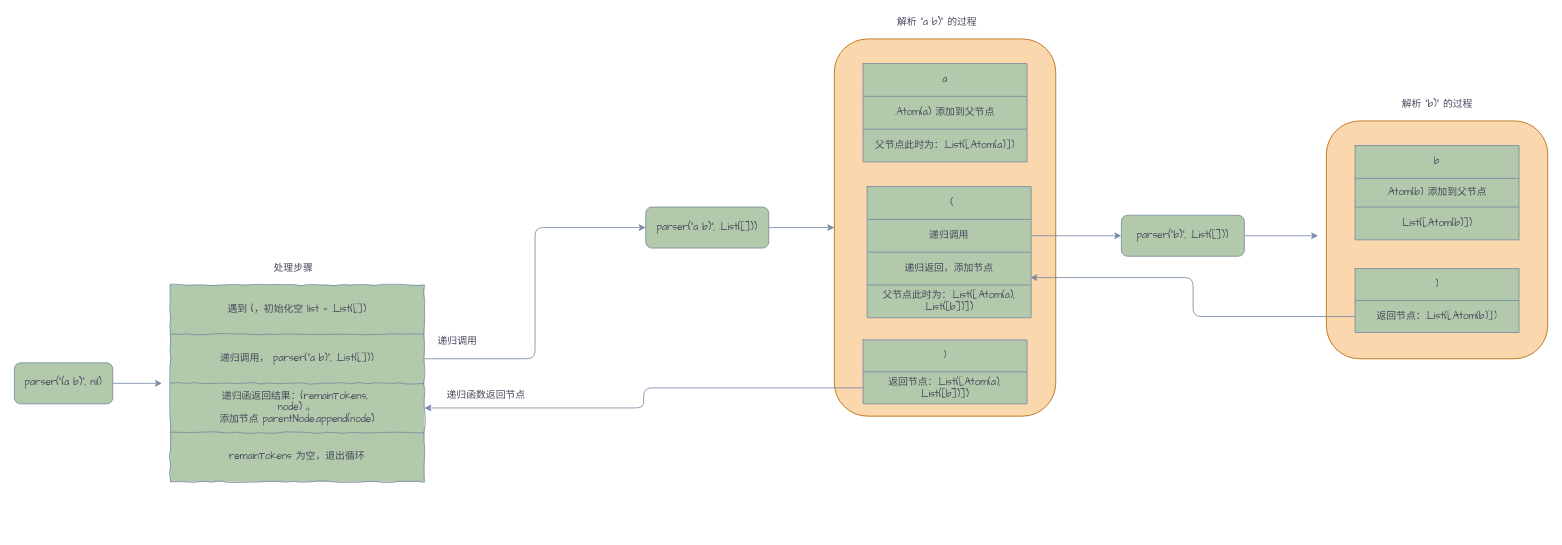
silan-liu/drawio keeps this draw.io diagram as page "parser-example" (2 of 3) of Untitled Diagram.drawio. Above is the earlier version. Source tidied: cells renumbered, new cells numbered last; positions are measured from the earlier drawing's top-left corner, leaving out a move shared by most shapes. Both pictures are drawn from the tidied source at 82%, with x=0, y=0 at pixel (14, 14).
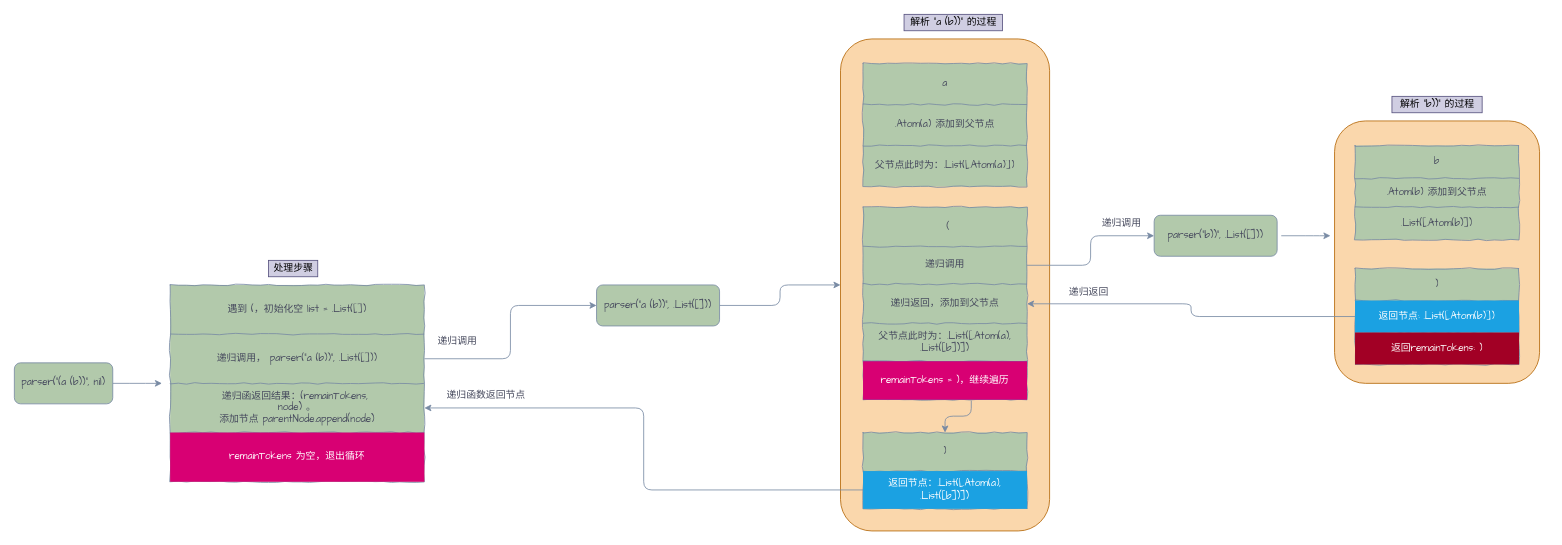
After the change.

Unchanged cells that the change refers to:
```xml
<mxCell id="9" style="shape=partialRectangle;html=1;whiteSpace=wrap;fillColor=none;top=0;left=0;bottom=0;right=0;points=[[0,0.5],[1,0.5]];portConstraint=eastwest;strokeColor=#788AA3;fontColor=#46495D;fontFamily=Comic Sans MS;" parent="6" vertex="1">
  <mxGeometry y="60" width="310" height="60" as="geometry" />
</mxCell>
<mxCell id="13" style="shape=partialRectangle;html=1;whiteSpace=wrap;fillColor=none;top=0;left=0;bottom=0;right=0;strokeColor=#788AA3;fontColor=#46495D;fontFamily=Comic Sans MS;" parent="6" vertex="1">
  <mxGeometry y="180" width="310" height="60" as="geometry" />
</mxCell>
<mxCell id="57" style="shape=partialRectangle;html=1;whiteSpace=wrap;fillColor=none;top=0;left=0;bottom=0;right=0;points=[[0,0.5],[1,0.5]];portConstraint=eastwest;strokeColor=#788AA3;fontColor=#46495D;fontFamily=Comic Sans MS;" parent="54" vertex="1">
  <mxGeometry y="39" width="200" height="39" as="geometry" />
</mxCell>
```

The edit, as a diff of the source:
```diff
@@
     <mxCell id="2" style="rounded=1;whiteSpace=wrap;html=1;sketch=0;fontFamily=Comic Sans MS;fillColor=#fad7ac;strokeColor=#b46504;" parent="1" vertex="1">
-      <mxGeometry x="1600" y="130" width="270" height="290" as="geometry" />
+      <mxGeometry x="1610" y="130" width="250" height="320" as="geometry" />
     </mxCell>
     <mxCell id="3" style="rounded=1;whiteSpace=wrap;html=1;sketch=0;fontFamily=Comic Sans MS;fillColor=#fad7ac;strokeColor=#b46504;" parent="1" vertex="1">
-      <mxGeometry x="1000" y="30" width="270" height="460" as="geometry" />
+      <mxGeometry x="1007.5" y="30" width="255" height="600" as="geometry" />
     </mxCell>
@@
-    <mxCell id="5" value="parser(&quot;(a b)&quot;, nil)" style="rounded=1;whiteSpace=wrap;html=1;sketch=0;fontFamily=Comic Sans MS;fontColor=#46495D;strokeColor=#788AA3;fillColor=#B2C9AB;" parent="1" vertex="1">
+    <mxCell id="5" value="parser(&quot;(a (b))&quot;, nil)" style="rounded=1;whiteSpace=wrap;html=1;sketch=0;fontFamily=Comic Sans MS;fontColor=#46495D;strokeColor=#788AA3;fillColor=#B2C9AB;" parent="1" vertex="1">
       <mxGeometry y="425" width="120" height="50" as="geometry" />
     </mxCell>
@@
-    <mxCell id="10" value="递归调用，&amp;nbsp;parser(&quot;a b)&quot;, .List([]))" style="shape=partialRectangle;html=1;whiteSpace=wrap;overflow=hidden;fillColor=none;top=0;left=0;bottom=0;right=0;strokeColor=#788AA3;fontColor=#46495D;fontFamily=Comic Sans MS;" parent="9" vertex="1">
+    <mxCell id="10" value="递归调用，&amp;nbsp;parser(&quot;a (b))&quot;, .List([]))" style="shape=partialRectangle;html=1;whiteSpace=wrap;overflow=hidden;fillColor=none;top=0;left=0;bottom=0;right=0;strokeColor=#788AA3;fontColor=#46495D;fontFamily=Comic Sans MS;" parent="9" vertex="1">
       <mxGeometry width="310" height="60" as="geometry" />
     </mxCell>
@@
-    <mxCell id="14" value="remainTokens 为空，退出循环" style="shape=partialRectangle;html=1;whiteSpace=wrap;overflow=hidden;fillColor=none;top=0;left=0;bottom=0;right=0;strokeColor=#788AA3;fontColor=#46495D;fontFamily=Comic Sans MS;" parent="13" vertex="1">
+    <mxCell id="14" value="remainTokens 为空，退出循环" style="shape=partialRectangle;html=1;whiteSpace=wrap;overflow=hidden;fillColor=#d80073;top=0;left=0;bottom=0;right=0;strokeColor=#A50040;fontColor=#ffffff;fontFamily=Comic Sans MS;" parent="13" vertex="1">
       <mxGeometry width="310" height="60" as="geometry" />
     </mxCell>
-    <mxCell id="15" style="shape=table;html=1;whiteSpace=wrap;startSize=0;childLayout=tableLayout;fillColor=#B2C9AB;strokeColor=#788AA3;fontColor=#46495D;fontFamily=Comic Sans MS;" parent="1" vertex="1">
-      <mxGeometry x="1035" y="60" width="200" height="120" as="geometry" />
+    <mxCell id="15" style="shape=table;html=1;whiteSpace=wrap;startSize=0;childLayout=tableLayout;fillColor=#B2C9AB;strokeColor=#788AA3;fontColor=#46495D;fontFamily=Comic Sans MS;comic=1;" parent="1" vertex="1">
+      <mxGeometry x="1035" y="60" width="200" height="150" as="geometry" />
     </mxCell>
     <mxCell id="16" style="shape=partialRectangle;html=1;whiteSpace=wrap;fillColor=none;top=0;left=0;bottom=0;right=0;strokeColor=#788AA3;fontColor=#46495D;fontFamily=Comic Sans MS;" parent="15" vertex="1">
-      <mxGeometry width="200" height="40" as="geometry" />
+      <mxGeometry width="200" height="50" as="geometry" />
     </mxCell>
     <mxCell id="17" value="a" style="shape=partialRectangle;html=1;whiteSpace=wrap;overflow=hidden;fillColor=none;top=0;left=0;bottom=0;right=0;strokeColor=#788AA3;fontColor=#46495D;fontFamily=Comic Sans MS;" parent="16" vertex="1">
-      <mxGeometry width="200" height="40" as="geometry" />
+      <mxGeometry width="200" height="50" as="geometry" />
     </mxCell>
     <mxCell id="18" style="shape=partialRectangle;html=1;whiteSpace=wrap;fillColor=none;top=0;left=0;bottom=0;right=0;strokeColor=#788AA3;fontColor=#46495D;fontFamily=Comic Sans MS;" parent="15" vertex="1">
-      <mxGeometry y="40" width="200" height="40" as="geometry" />
+      <mxGeometry y="50" width="200" height="50" as="geometry" />
     </mxCell>
     <mxCell id="19" value=".Atom(a) 添加到父节点" style="shape=partialRectangle;html=1;whiteSpace=wrap;overflow=hidden;fillColor=none;top=0;left=0;bottom=0;right=0;strokeColor=#788AA3;fontColor=#46495D;fontFamily=Comic Sans MS;" parent="18" vertex="1">
-      <mxGeometry width="200" height="40" as="geometry" />
+      <mxGeometry width="200" height="50" as="geometry" />
     </mxCell>
     <mxCell id="20" style="shape=partialRectangle;html=1;whiteSpace=wrap;fillColor=none;top=0;left=0;bottom=0;right=0;strokeColor=#788AA3;fontColor=#46495D;fontFamily=Comic Sans MS;" parent="15" vertex="1">
-      <mxGeometry y="80" width="200" height="40" as="geometry" />
+      <mxGeometry y="100" width="200" height="50" as="geometry" />
     </mxCell>
     <mxCell id="21" value="父节点此时为：.List([.Atom(a)])" style="shape=partialRectangle;html=1;whiteSpace=wrap;overflow=hidden;fillColor=none;top=0;left=0;bottom=0;right=0;strokeColor=#788AA3;fontColor=#46495D;fontFamily=Comic Sans MS;" parent="20" vertex="1">
-      <mxGeometry width="200" height="40" as="geometry" />
+      <mxGeometry width="200" height="50" as="geometry" />
     </mxCell>
-    <mxCell id="22" style="shape=table;html=1;whiteSpace=wrap;startSize=0;childLayout=tableLayout;fillColor=#B2C9AB;strokeColor=#788AA3;fontColor=#46495D;fontFamily=Comic Sans MS;" parent="1" vertex="1">
+    <mxCell id="22" style="shape=table;html=1;whiteSpace=wrap;startSize=0;childLayout=tableLayout;fillColor=#B2C9AB;strokeColor=#788AA3;fontColor=#46495D;fontFamily=Comic Sans MS;comic=1;" parent="1" vertex="1">
       <mxGeometry x="1635" y="160" width="200" height="115" as="geometry" />
     </mxCell>
@@
-    <mxCell id="29" style="shape=table;html=1;whiteSpace=wrap;startSize=0;childLayout=tableLayout;fillColor=#B2C9AB;strokeColor=#788AA3;fontColor=#46495D;fontFamily=Comic Sans MS;" parent="1" vertex="1">
-      <mxGeometry x="1035" y="397" width="200" height="78" as="geometry" />
+    <mxCell id="29" style="shape=table;html=1;whiteSpace=wrap;startSize=0;childLayout=tableLayout;fillColor=#B2C9AB;strokeColor=#788AA3;fontColor=#46495D;fontFamily=Comic Sans MS;comic=1;" parent="1" vertex="1">
+      <mxGeometry x="1035" y="510" width="200" height="93" as="geometry" />
     </mxCell>
     <mxCell id="30" style="shape=partialRectangle;html=1;whiteSpace=wrap;fillColor=none;top=0;left=0;bottom=0;right=0;points=[[0,0.5],[1,0.5]];portConstraint=eastwest;strokeColor=#788AA3;fontColor=#46495D;fontFamily=Comic Sans MS;" parent="29" vertex="1">
-      <mxGeometry width="200" height="39" as="geometry" />
+      <mxGeometry width="200" height="47" as="geometry" />
     </mxCell>
     <mxCell id="31" value=")" style="shape=partialRectangle;html=1;whiteSpace=wrap;overflow=hidden;fillColor=none;top=0;left=0;bottom=0;right=0;strokeColor=#788AA3;fontColor=#46495D;fontFamily=Comic Sans MS;" parent="30" vertex="1">
-      <mxGeometry width="200" height="39" as="geometry" />
+      <mxGeometry width="200" height="47" as="geometry" />
     </mxCell>
     <mxCell id="32" style="shape=partialRectangle;html=1;whiteSpace=wrap;fillColor=none;top=0;left=0;bottom=0;right=0;points=[[0,0.5],[1,0.5]];portConstraint=eastwest;strokeColor=#788AA3;fontColor=#46495D;fontFamily=Comic Sans MS;" parent="29" vertex="1">
-      <mxGeometry y="39" width="200" height="39" as="geometry" />
+      <mxGeometry y="47" width="200" height="46" as="geometry" />
     </mxCell>
-    <mxCell id="33" value="返回节点：.List([.Atom(a), .List([b])])" style="shape=partialRectangle;html=1;whiteSpace=wrap;overflow=hidden;fillColor=none;top=0;left=0;bottom=0;right=0;strokeColor=#788AA3;fontColor=#46495D;fontFamily=Comic Sans MS;" parent="32" vertex="1">
-      <mxGeometry width="200" height="39" as="geometry" />
+    <mxCell id="33" value="返回节点：.List([.Atom(a), .List([b])])" style="shape=partialRectangle;html=1;whiteSpace=wrap;overflow=hidden;fillColor=#1ba1e2;top=0;left=0;bottom=0;right=0;strokeColor=#006EAF;fontColor=#ffffff;fontFamily=Comic Sans MS;" parent="32" vertex="1">
+      <mxGeometry width="200" height="46" as="geometry" />
     </mxCell>
@@
-    <mxCell id="35" value="parser(&quot;a b)&quot;, .List([]))" style="rounded=1;whiteSpace=wrap;html=1;sketch=0;fontFamily=Comic Sans MS;fontColor=#46495D;strokeColor=#788AA3;fillColor=#B2C9AB;" parent="1" vertex="1">
-      <mxGeometry x="770" y="235" width="150" height="50" as="geometry" />
+    <mxCell id="35" value="parser(&quot;a (b))&quot;, .List([]))" style="rounded=1;whiteSpace=wrap;html=1;sketch=0;fontFamily=Comic Sans MS;fontColor=#46495D;strokeColor=#788AA3;fillColor=#B2C9AB;" parent="1" vertex="1">
+      <mxGeometry x="710" y="330" width="150" height="50" as="geometry" />
     </mxCell>
@@
-    <mxCell id="39" value="解析 &quot;a b)&quot; 的过程" style="text;html=1;align=center;verticalAlign=middle;strokeColor=none;fontFamily=Comic Sans MS;fontColor=#46495D;" parent="1" vertex="1">
-      <mxGeometry x="1070" width="110" height="20" as="geometry" />
+    <mxCell id="39" value="解析 &quot;a (b))&quot; 的过程" style="text;html=1;align=center;verticalAlign=middle;strokeColor=#56517e;fontFamily=Comic Sans MS;fillColor=#d0cee2;" parent="1" vertex="1">
+      <mxGeometry x="1085" width="120" height="20" as="geometry" />
     </mxCell>
-    <mxCell id="40" value="处理步骤" style="text;html=1;align=center;verticalAlign=middle;strokeColor=none;fontFamily=Comic Sans MS;fontColor=#46495D;" parent="1" vertex="1">
+    <mxCell id="40" value="处理步骤" style="text;html=1;align=center;verticalAlign=middle;strokeColor=#56517e;fontFamily=Comic Sans MS;fillColor=#d0cee2;" parent="1" vertex="1">
       <mxGeometry x="310" y="300" width="60" height="20" as="geometry" />
     </mxCell>
@@
-    <mxCell id="42" style="shape=table;html=1;whiteSpace=wrap;startSize=0;childLayout=tableLayout;fillColor=#B2C9AB;strokeColor=#788AA3;fontColor=#46495D;fontFamily=Comic Sans MS;" parent="1" vertex="1">
-      <mxGeometry x="1040" y="210" width="200" height="160" as="geometry" />
+    <mxCell id="42" style="shape=table;html=1;whiteSpace=wrap;startSize=0;childLayout=tableLayout;fillColor=#B2C9AB;strokeColor=#788AA3;fontColor=#46495D;fontFamily=Comic Sans MS;comic=1;" parent="1" vertex="1">
+      <mxGeometry x="1035" y="235" width="200" height="235" as="geometry" />
     </mxCell>
     <mxCell id="43" style="shape=partialRectangle;html=1;whiteSpace=wrap;fillColor=none;top=0;left=0;bottom=0;right=0;strokeColor=#788AA3;fontColor=#46495D;fontFamily=Comic Sans MS;" parent="42" vertex="1">
-      <mxGeometry width="200" height="40" as="geometry" />
+      <mxGeometry width="200" height="48" as="geometry" />
     </mxCell>
     <mxCell id="44" value="（" style="shape=partialRectangle;html=1;whiteSpace=wrap;overflow=hidden;fillColor=none;top=0;left=0;bottom=0;right=0;strokeColor=#788AA3;fontColor=#46495D;fontFamily=Comic Sans MS;" parent="43" vertex="1">
-      <mxGeometry width="200" height="40" as="geometry" />
+      <mxGeometry width="200" height="48" as="geometry" />
     </mxCell>
     <mxCell id="45" style="shape=partialRectangle;html=1;whiteSpace=wrap;fillColor=none;top=0;left=0;bottom=0;right=0;points=[[0,0.5],[1,0.5]];portConstraint=eastwest;strokeColor=#788AA3;fontColor=#46495D;fontFamily=Comic Sans MS;" parent="42" vertex="1">
-      <mxGeometry y="40" width="200" height="40" as="geometry" />
+      <mxGeometry y="48" width="200" height="46" as="geometry" />
     </mxCell>
     <mxCell id="46" value="递归调用" style="shape=partialRectangle;html=1;whiteSpace=wrap;overflow=hidden;fillColor=none;top=0;left=0;bottom=0;right=0;strokeColor=#788AA3;fontColor=#46495D;fontFamily=Comic Sans MS;" parent="45" vertex="1">
-      <mxGeometry width="200" height="40" as="geometry" />
+      <mxGeometry width="200" height="46" as="geometry" />
     </mxCell>
     <mxCell id="47" style="shape=partialRectangle;html=1;whiteSpace=wrap;fillColor=none;top=0;left=0;bottom=0;right=0;points=[[0,0.5],[1,0.5]];portConstraint=eastwest;strokeColor=#788AA3;fontColor=#46495D;fontFamily=Comic Sans MS;" parent="42" vertex="1">
-      <mxGeometry y="80" width="200" height="40" as="geometry" />
+      <mxGeometry y="94" width="200" height="48" as="geometry" />
     </mxCell>
-    <mxCell id="48" value="递归返回，添加节点" style="shape=partialRectangle;html=1;whiteSpace=wrap;overflow=hidden;fillColor=none;top=0;left=0;bottom=0;right=0;strokeColor=#788AA3;fontColor=#46495D;fontFamily=Comic Sans MS;" parent="47" vertex="1">
-      <mxGeometry width="200" height="40" as="geometry" />
+    <mxCell id="48" value="递归返回，添加到父节点" style="shape=partialRectangle;html=1;whiteSpace=wrap;overflow=hidden;fillColor=none;top=0;left=0;bottom=0;right=0;strokeColor=#788AA3;fontColor=#46495D;fontFamily=Comic Sans MS;" parent="47" vertex="1">
+      <mxGeometry width="200" height="48" as="geometry" />
     </mxCell>
     <mxCell id="49" style="shape=partialRectangle;html=1;whiteSpace=wrap;fillColor=none;top=0;left=0;bottom=0;right=0;strokeColor=#788AA3;fontColor=#46495D;fontFamily=Comic Sans MS;" parent="42" vertex="1">
-      <mxGeometry y="120" width="200" height="40" as="geometry" />
+      <mxGeometry y="142" width="200" height="46" as="geometry" />
     </mxCell>
     <mxCell id="50" value="父节点此时为：.List([.Atom(a), .List([b])])" style="shape=partialRectangle;html=1;whiteSpace=wrap;overflow=hidden;fillColor=none;top=0;left=0;bottom=0;right=0;strokeColor=#788AA3;fontColor=#46495D;fontFamily=Comic Sans MS;" parent="49" vertex="1">
-      <mxGeometry width="200" height="40" as="geometry" />
+      <mxGeometry width="200" height="46" as="geometry" />
     </mxCell>
+    <mxCell id="61" style="shape=partialRectangle;html=1;whiteSpace=wrap;fillColor=#1ba1e2;top=0;left=0;bottom=0;right=0;points=[[0,0.5],[1,0.5]];portConstraint=eastwest;strokeColor=#006EAF;fontColor=#ffffff;fontFamily=Comic Sans MS;" parent="42" vertex="1">
+      <mxGeometry y="188" width="200" height="47" as="geometry" />
+    </mxCell>
+    <mxCell id="62" value="remainTokens = )，继续遍历" style="shape=partialRectangle;html=1;whiteSpace=wrap;overflow=hidden;fillColor=#d80073;top=0;left=0;bottom=0;right=0;strokeColor=#A50040;fontColor=#ffffff;fontFamily=Comic Sans MS;" parent="61" vertex="1">
+      <mxGeometry width="200" height="47" as="geometry" />
+    </mxCell>
@@
-    <mxCell id="52" style="edgeStyle=orthogonalEdgeStyle;curved=0;rounded=1;sketch=0;jettySize=auto;html=1;fontFamily=Comic Sans MS;fontColor=#46495D;strokeColor=#788AA3;fillColor=#B2C9AB;align=center;" parent="1" edge="1" source="53">
+    <mxCell id="52" style="edgeStyle=orthogonalEdgeStyle;curved=0;rounded=1;sketch=0;orthogonalLoop=1;jettySize=auto;html=1;fontFamily=Comic Sans MS;fontColor=#46495D;strokeColor=#788AA3;fillColor=#B2C9AB;align=center;" parent="1" edge="1">
       <mxGeometry relative="1" as="geometry">
-        <mxPoint x="1590" y="270" as="targetPoint" />
+        <mxPoint x="1545" y="270" as="sourcePoint" />
+        <mxPoint x="1605" y="270" as="targetPoint" />
+        <Array as="points">
+          <mxPoint x="1585" y="270" />
+          <mxPoint x="1585" y="270" />
+        </Array>
       </mxGeometry>
     </mxCell>
-    <mxCell id="53" value="parser(&quot;b)&quot;, .List([]))" style="rounded=1;whiteSpace=wrap;html=1;sketch=0;fontFamily=Comic Sans MS;fontColor=#46495D;strokeColor=#788AA3;fillColor=#B2C9AB;" parent="1" vertex="1">
-      <mxGeometry x="1350" y="245" width="150" height="50" as="geometry" />
+    <mxCell id="53" value="parser(&quot;b))&quot;, .List([]))" style="rounded=1;whiteSpace=wrap;html=1;sketch=0;fontFamily=Comic Sans MS;fontColor=#46495D;strokeColor=#788AA3;fillColor=#B2C9AB;" parent="1" vertex="1">
+      <mxGeometry x="1390" y="245" width="150" height="50" as="geometry" />
     </mxCell>
-    <mxCell id="54" style="shape=table;html=1;whiteSpace=wrap;startSize=0;childLayout=tableLayout;fillColor=#B2C9AB;strokeColor=#788AA3;fontColor=#46495D;fontFamily=Comic Sans MS;" parent="1" vertex="1">
-      <mxGeometry x="1635" y="310" width="200" height="78" as="geometry" />
+    <mxCell id="54" style="shape=table;html=1;whiteSpace=wrap;startSize=0;childLayout=tableLayout;fillColor=#B2C9AB;strokeColor=#788AA3;fontColor=#46495D;fontFamily=Comic Sans MS;comic=1;" parent="1" vertex="1">
+      <mxGeometry x="1635" y="310" width="200" height="117" as="geometry" />
     </mxCell>
@@
-    <mxCell id="58" value="返回节点：.List([.Atom(b)])" style="shape=partialRectangle;html=1;whiteSpace=wrap;overflow=hidden;fillColor=none;top=0;left=0;bottom=0;right=0;strokeColor=#788AA3;fontColor=#46495D;fontFamily=Comic Sans MS;" parent="57" vertex="1">
+    <mxCell id="58" value="返回节点: .List([.Atom(b)])" style="shape=partialRectangle;html=1;whiteSpace=wrap;overflow=hidden;fillColor=#1ba1e2;top=0;left=0;bottom=0;right=0;strokeColor=#006EAF;fontFamily=Comic Sans MS;fontColor=#ffffff;" parent="57" vertex="1">
       <mxGeometry width="200" height="39" as="geometry" />
     </mxCell>
+    <mxCell id="63" style="shape=partialRectangle;html=1;whiteSpace=wrap;fillColor=none;top=0;left=0;bottom=0;right=0;strokeColor=#788AA3;fontColor=#46495D;fontFamily=Comic Sans MS;" parent="54" vertex="1">
+      <mxGeometry y="78" width="200" height="39" as="geometry" />
+    </mxCell>
+    <mxCell id="64" value="返回remainTokens: )" style="shape=partialRectangle;html=1;whiteSpace=wrap;overflow=hidden;fillColor=#a20025;top=0;left=0;bottom=0;right=0;strokeColor=#6F0000;fontFamily=Comic Sans MS;fontColor=#ffffff;" parent="63" vertex="1">
+      <mxGeometry width="200" height="39" as="geometry" />
+    </mxCell>
-    <mxCell id="59" style="edgeStyle=orthogonalEdgeStyle;curved=0;rounded=1;sketch=0;jettySize=auto;html=1;entryX=0.995;entryY=0.775;entryDx=0;entryDy=0;entryPerimeter=0;fontFamily=Comic Sans MS;fontColor=#46495D;strokeColor=#788AA3;fillColor=#B2C9AB;align=center;" parent="1" edge="1" source="57" target="47">
+    <mxCell id="59" style="edgeStyle=orthogonalEdgeStyle;curved=0;rounded=1;sketch=0;jettySize=auto;html=1;fontFamily=Comic Sans MS;fontColor=#46495D;strokeColor=#788AA3;fillColor=#B2C9AB;align=center;entryX=1;entryY=0.5;entryDx=0;entryDy=0;" parent="1" edge="1" source="57" target="47">
       <mxGeometry relative="1" as="geometry" />
     </mxCell>
-    <mxCell id="60" value="解析 &quot;b)&quot; 的过程" style="text;html=1;align=center;verticalAlign=middle;strokeColor=none;fontFamily=Comic Sans MS;fontColor=#46495D;" parent="1" vertex="1">
-      <mxGeometry x="1685" y="100" width="100" height="20" as="geometry" />
+    <mxCell id="60" value="解析 &quot;b))&quot; 的过程" style="text;html=1;align=center;verticalAlign=middle;strokeColor=#56517e;fontFamily=Comic Sans MS;fillColor=#d0cee2;" parent="1" vertex="1">
+      <mxGeometry x="1680" y="100" width="110" height="20" as="geometry" />
     </mxCell>
+    <mxCell id="65" value="递归返回" style="text;html=1;align=center;verticalAlign=middle;strokeColor=none;fontFamily=Comic Sans MS;fontColor=#46495D;" parent="1" vertex="1">
+      <mxGeometry x="1280" y="330" width="60" height="20" as="geometry" />
+    </mxCell>
+    <mxCell id="66" value="递归调用" style="text;html=1;align=center;verticalAlign=middle;strokeColor=none;fontFamily=Comic Sans MS;fontColor=#46495D;" parent="1" vertex="1">
+      <mxGeometry x="1320" y="245" width="60" height="20" as="geometry" />
+    </mxCell>
+    <mxCell id="67" style="edgeStyle=elbowEdgeStyle;elbow=vertical;endArrow=classic;html=1;fontFamily=Comic Sans MS;fontColor=#46495D;strokeColor=#788AA3;fillColor=#B2C9AB;align=center;exitX=0.66;exitY=1.021;exitDx=0;exitDy=0;exitPerimeter=0;" parent="1" edge="1" source="61" target="30">
+      <mxGeometry relative="1" as="geometry" />
+    </mxCell>
```
